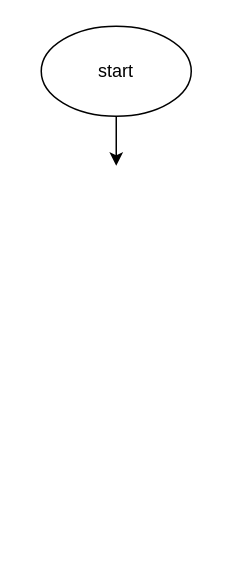
The draw.io diagram Quizzes/Flowchart files/quiz012.drawio in annatequilaa/Unit-1, before the edit. Source tidied: cells renumbered, new cells numbered last; positions are measured from the earlier drawing's top-left corner, leaving out a move shared by most shapes. Both pictures are drawn from the tidied source at 150%, with x=0, y=0 at pixel (-54, 26).
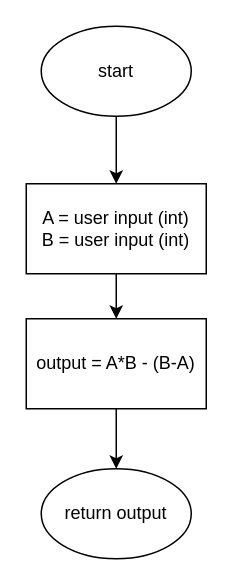
After the change.

Diff of the diagram source:
```diff
@@
 <mxGraphModel>
   <root>
     <mxCell id="0" />
     <mxCell id="1" parent="0" />
     <mxCell id="2" style="edgeStyle=orthogonalEdgeStyle;rounded=0;orthogonalLoop=1;jettySize=auto;html=1;exitX=0.5;exitY=1;exitDx=0;exitDy=0;entryX=0;entryY=0.5;entryDx=0;entryDy=0;" parent="1" edge="1">
       <mxGeometry relative="1" as="geometry">
         <mxPoint x="50" y="555" as="targetPoint" />
         <Array as="points">
           <mxPoint x="110" y="715" />
           <mxPoint y="715" />
           <mxPoint y="555" />
         </Array>
       </mxGeometry>
     </mxCell>
-    <mxCell id="3" style="edgeStyle=orthogonalEdgeStyle;rounded=0;jettySize=auto;html=1;" parent="1" edge="1" source="4">
-      <mxGeometry relative="1" as="geometry">
-        <mxPoint x="113" y="93" as="targetPoint" />
-      </mxGeometry>
-    </mxCell>
+    <mxCell id="5" style="edgeStyle=orthogonalEdgeStyle;rounded=0;jettySize=auto;html=1;" parent="1" edge="1" source="4" target="7">
+      <mxGeometry relative="1" as="geometry" />
+    </mxCell>
     <mxCell id="4" value="start" style="ellipse;whiteSpace=wrap;html=1;" parent="1" vertex="1">
       <mxGeometry x="63" width="100" height="60" as="geometry" />
     </mxCell>
+    <mxCell id="6" style="edgeStyle=orthogonalEdgeStyle;rounded=0;jettySize=auto;html=1;" parent="1" edge="1" source="7" target="9">
+      <mxGeometry relative="1" as="geometry" />
+    </mxCell>
+    <mxCell id="7" value="A = user input (int)&lt;div&gt;B = user input (int)&lt;/div&gt;" style="rounded=0;whiteSpace=wrap;html=1;" parent="1" vertex="1">
+      <mxGeometry x="53" y="105" width="120" height="60" as="geometry" />
+    </mxCell>
+    <mxCell id="8" style="edgeStyle=orthogonalEdgeStyle;rounded=0;jettySize=auto;html=1;" parent="1" edge="1" source="9" target="10">
+      <mxGeometry relative="1" as="geometry" />
+    </mxCell>
+    <mxCell id="9" value="output = A*B - (B-A)" style="whiteSpace=wrap;html=1;rounded=0;" parent="1" vertex="1">
+      <mxGeometry x="53" y="195" width="120" height="60" as="geometry" />
+    </mxCell>
+    <mxCell id="10" value="return output" style="ellipse;whiteSpace=wrap;html=1;" parent="1" vertex="1">
+      <mxGeometry x="63" y="295" width="100" height="60" as="geometry" />
+    </mxCell>
   </root>
 </mxGraphModel>
```
